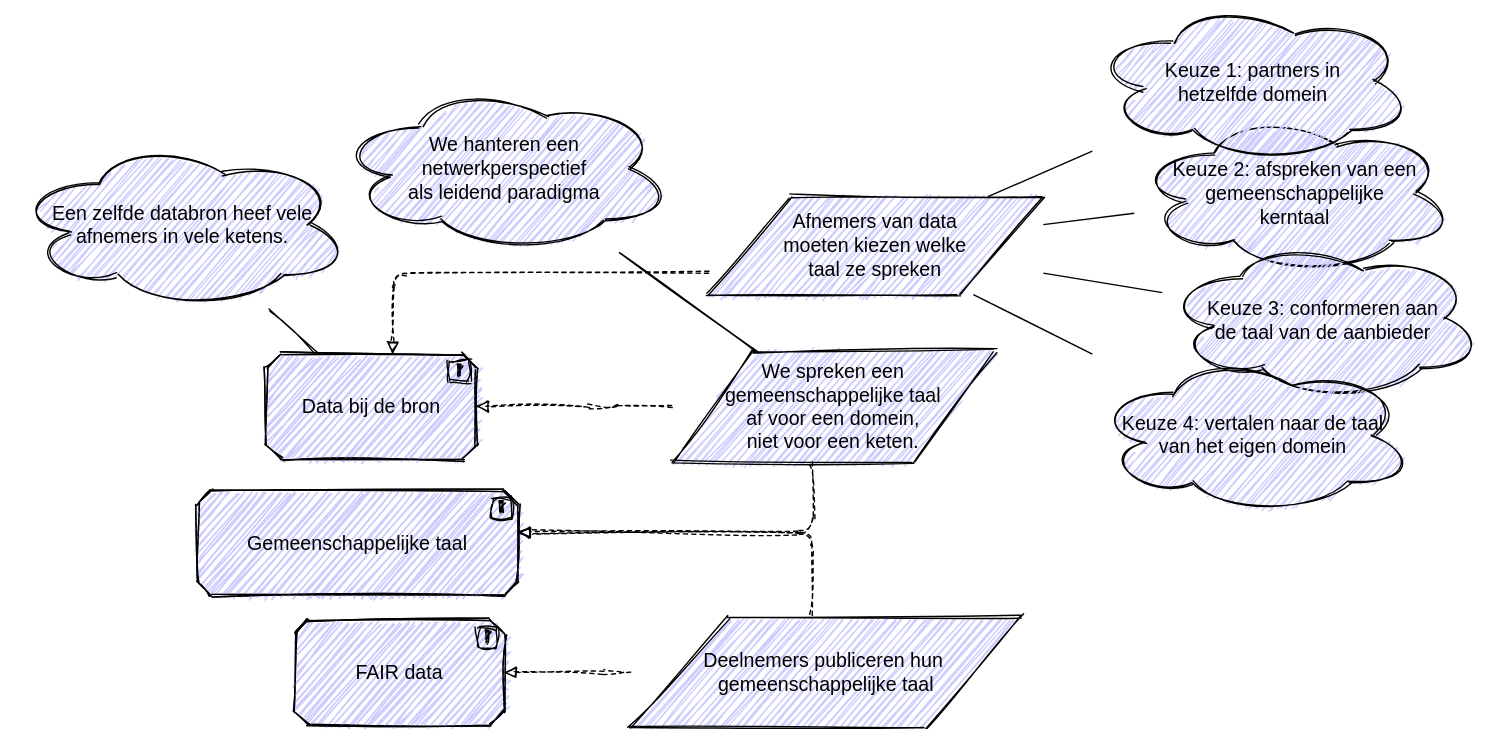
dizra/docs keeps this draw.io diagram as .gitbook/assets/system/languagerelations.svg. Above is the earlier version. Source tidied: cells renumbered, new cells last; positions are measured from the earlier drawing's top-left corner, leaving out a move shared by most shapes. Its diagram source:
```xml
<mxGraphModel>
  <root>
    <mxCell id="0" />
    <mxCell id="1" parent="0" />
    <mxCell id="2" style="rounded=0;whiteSpace=wrap;html=1;fillColor=none;strokeColor=none;sketch=1;" parent="1" vertex="1">
      <mxGeometry y="327.5" width="1060" height="60" as="geometry" />
    </mxCell>
    <mxCell id="3" value="Gemeenschappelijke taal" style="html=1;outlineConnect=0;whiteSpace=wrap;fillColor=#CCCCFF;shape=mxgraph.archimate3.application;appType=principle;archiType=oct;fontSize=14;sketch=1;" parent="1" vertex="1">
      <mxGeometry x="140" y="350" width="230" height="75" as="geometry" />
    </mxCell>
    <mxCell id="4" value="FAIR data" style="html=1;outlineConnect=0;whiteSpace=wrap;fillColor=#CCCCFF;shape=mxgraph.archimate3.application;appType=principle;archiType=oct;fontSize=14;sketch=1;" parent="1" vertex="1">
      <mxGeometry x="210" y="442.5" width="150" height="75" as="geometry" />
    </mxCell>
    <mxCell id="5" value="Data bij de bron" style="html=1;outlineConnect=0;whiteSpace=wrap;fillColor=#CCCCFF;shape=mxgraph.archimate3.application;appType=principle;archiType=oct;fontSize=14;sketch=1;" parent="1" vertex="1">
      <mxGeometry x="190" y="252.5" width="150" height="75" as="geometry" />
    </mxCell>
    <mxCell id="6" value="Deelnemers publiceren hun&amp;nbsp;&lt;br&gt;gemeenschappelijke taal" style="html=1;outlineConnect=0;whiteSpace=wrap;fillColor=#CCCCFF;shape=mxgraph.archimate3.requirement;fontSize=14;sketch=1;" parent="1" vertex="1">
      <mxGeometry x="450" y="440" width="280" height="80" as="geometry" />
    </mxCell>
    <mxCell id="7" value="We spreken een gemeenschappelijke taal &lt;br&gt;af voor een domein, &lt;br&gt;niet voor een keten." style="html=1;outlineConnect=0;whiteSpace=wrap;fillColor=#CCCCFF;shape=mxgraph.archimate3.requirement;fontSize=14;sketch=1;" parent="1" vertex="1">
      <mxGeometry x="480" y="250" width="230" height="80" as="geometry" />
    </mxCell>
    <mxCell id="8" value="&lt;span style=&quot;color: rgb(0 , 0 , 0) ; font-style: normal ; font-weight: normal ; letter-spacing: normal ; text-indent: 0px ; text-transform: none ; word-spacing: 0px ; text-decoration: none&quot;&gt;Een zelfde databron heef vele afnemers in vele ketens.&lt;/span&gt;" style="shape=cloud;html=1;whiteSpace=wrap;fillColor=#CCCCFF;fontSize=14;sketch=1;" parent="1" vertex="1">
      <mxGeometry x="10" y="100" width="240" height="120" as="geometry" />
    </mxCell>
    <mxCell id="9" style="endArrow=none;html=1;fontSize=14;sketch=1;" parent="1" edge="1" source="5" target="8">
      <mxGeometry relative="1" as="geometry" />
    </mxCell>
    <mxCell id="10" style="edgeStyle=elbowEdgeStyle;html=1;endArrow=block;elbow=vertical;endFill=0;dashed=1;fontSize=14;sketch=1;" parent="1" edge="1" source="6" target="4">
      <mxGeometry relative="1" as="geometry">
        <Array as="points">
          <mxPoint x="440" y="480" />
        </Array>
      </mxGeometry>
    </mxCell>
    <mxCell id="11" style="edgeStyle=elbowEdgeStyle;html=1;endArrow=block;elbow=vertical;endFill=0;dashed=1;fontSize=14;sketch=1;" parent="1" edge="1" source="6" target="3">
      <mxGeometry relative="1" as="geometry">
        <Array as="points">
          <mxPoint x="580" y="380" />
        </Array>
      </mxGeometry>
    </mxCell>
    <mxCell id="12" style="edgeStyle=elbowEdgeStyle;html=1;endArrow=block;elbow=vertical;endFill=0;dashed=1;fontSize=14;sketch=1;" parent="1" edge="1" source="7" target="3">
      <mxGeometry relative="1" as="geometry">
        <Array as="points">
          <mxPoint x="580" y="380" />
        </Array>
      </mxGeometry>
    </mxCell>
    <mxCell id="13" style="edgeStyle=elbowEdgeStyle;html=1;endArrow=block;elbow=vertical;endFill=0;dashed=1;fontSize=14;sketch=1;" parent="1" edge="1" source="7" target="5">
      <mxGeometry relative="1" as="geometry">
        <Array as="points">
          <mxPoint x="430" y="290" />
        </Array>
      </mxGeometry>
    </mxCell>
    <mxCell id="14" value="Afnemers van data moeten kiezen welke taal ze spreken" style="html=1;outlineConnect=0;whiteSpace=wrap;fillColor=#CCCCFF;shape=mxgraph.archimate3.requirement;fontSize=14;sketch=1;spacingLeft=50;spacingRight=50;" parent="1" vertex="1">
      <mxGeometry x="505" y="140" width="240" height="70" as="geometry" />
    </mxCell>
    <mxCell id="15" value="Keuze 2: afspreken van een gemeenschappelijke &lt;br&gt;kerntaal" style="shape=cloud;html=1;whiteSpace=wrap;fillColor=#CCCCFF;fontSize=14;sketch=1;" parent="1" vertex="1">
      <mxGeometry x="810" y="80" width="230" height="115" as="geometry" />
    </mxCell>
    <mxCell id="16" value="Keuze 3: conformeren aan &lt;br&gt;de taal van de aanbieder" style="shape=cloud;html=1;whiteSpace=wrap;fillColor=#CCCCFF;fontSize=14;sketch=1;" parent="1" vertex="1">
      <mxGeometry x="830" y="170" width="230" height="115" as="geometry" />
    </mxCell>
    <mxCell id="17" value="Keuze 4: vertalen naar de taal &lt;br&gt;van het eigen domein" style="shape=cloud;html=1;whiteSpace=wrap;fillColor=#CCCCFF;fontSize=14;sketch=1;" parent="1" vertex="1">
      <mxGeometry x="780" y="252.5" width="230" height="115" as="geometry" />
    </mxCell>
    <mxCell id="18" style="endArrow=none;html=1;fontSize=14;" parent="1" edge="1" source="14" target="15">
      <mxGeometry relative="1" as="geometry" />
    </mxCell>
    <mxCell id="19" style="endArrow=none;html=1;fontSize=14;" parent="1" edge="1" source="14" target="16">
      <mxGeometry relative="1" as="geometry" />
    </mxCell>
    <mxCell id="20" style="endArrow=none;html=1;fontSize=14;" parent="1" edge="1" source="14" target="17">
      <mxGeometry relative="1" as="geometry" />
    </mxCell>
    <mxCell id="21" style="edgeStyle=elbowEdgeStyle;html=1;endArrow=block;elbow=vertical;endFill=0;dashed=1;fontSize=14;sketch=1;" parent="1" edge="1" source="14" target="5">
      <mxGeometry relative="1" as="geometry">
        <Array as="points">
          <mxPoint x="280" y="195" />
        </Array>
      </mxGeometry>
    </mxCell>
    <mxCell id="22" value="&lt;span style=&quot;color: rgb(0 , 0 , 0) ; font-style: normal ; font-weight: normal ; letter-spacing: normal ; text-indent: 0px ; text-transform: none ; word-spacing: 0px ; text-decoration: none&quot;&gt;We hanteren een &lt;br&gt;netwerkperspectief &lt;br&gt;als leidend paradigma&lt;/span&gt;" style="shape=cloud;html=1;whiteSpace=wrap;fillColor=#CCCCFF;fontSize=14;sketch=1;" parent="1" vertex="1">
      <mxGeometry x="240" y="60" width="240" height="120" as="geometry" />
    </mxCell>
    <mxCell id="23" style="endArrow=none;html=1;fontSize=14;sketch=1;" parent="1" edge="1" source="7" target="22">
      <mxGeometry relative="1" as="geometry" />
    </mxCell>
    <mxCell id="24" value="Keuze 1: partners in &lt;br&gt;hetzelfde domein" style="shape=cloud;html=1;whiteSpace=wrap;fillColor=#CCCCFF;fontSize=14;sketch=1;" parent="1" vertex="1">
      <mxGeometry x="780" width="230" height="115" as="geometry" />
    </mxCell>
    <mxCell id="25" style="endArrow=none;html=1;fontSize=14;" parent="1" edge="1" source="14" target="24">
      <mxGeometry relative="1" as="geometry" />
    </mxCell>
  </root>
</mxGraphModel>
```
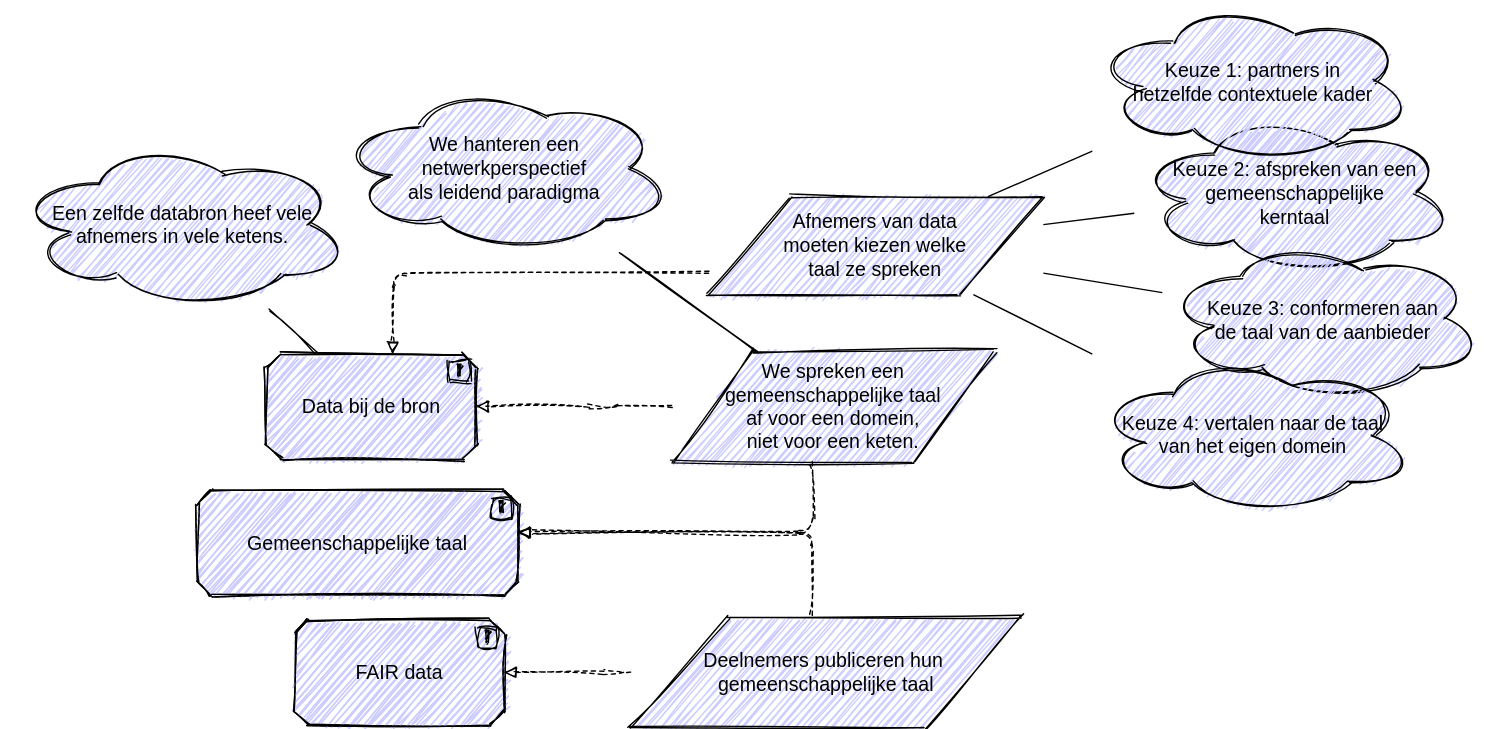
After the commit.

The edit, as a diff of the source:
```diff
@@ -88,7 +88,7 @@
     <mxCell id="23" style="endArrow=none;html=1;fontSize=14;sketch=1;" parent="1" edge="1" source="7" target="22">
       <mxGeometry relative="1" as="geometry" />
     </mxCell>
-    <mxCell id="24" value="Keuze 1: partners in &lt;br&gt;hetzelfde domein" style="shape=cloud;html=1;whiteSpace=wrap;fillColor=#CCCCFF;fontSize=14;sketch=1;" parent="1" vertex="1">
+    <mxCell id="24" value="Keuze 1: partners in &lt;br&gt;hetzelfde contextuele kader" style="shape=cloud;html=1;whiteSpace=wrap;fillColor=#CCCCFF;fontSize=14;sketch=1;" parent="1" vertex="1">
       <mxGeometry x="780" width="230" height="115" as="geometry" />
     </mxCell>
     <mxCell id="25" style="endArrow=none;html=1;fontSize=14;" parent="1" edge="1" source="14" target="24">
```
